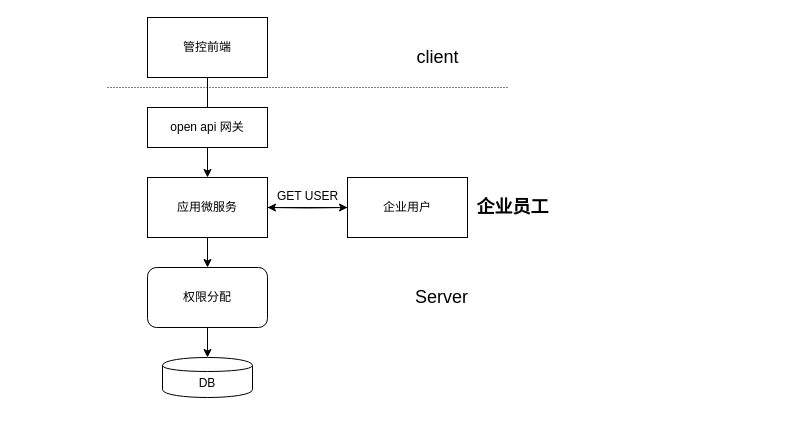
This is appuser.drawio from chenkangzeng/appstreaming, a draw.io file, before an edit. Source tidied: cells renumbered, new cells numbered last; positions are measured from the earlier drawing's top-left corner, leaving out a move shared by most shapes. Both pictures are drawn from the tidied source at 100%, with x=0, y=0 at pixel (107, 17).
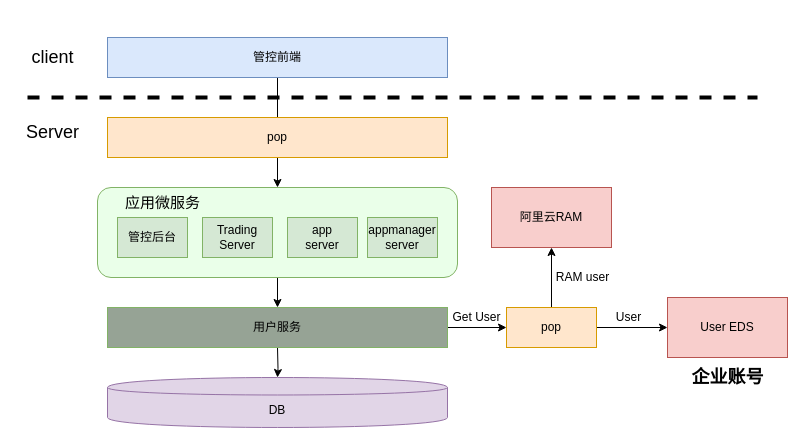
The same diagram, later.

Diff of the diagram source:
```diff
@@
-    <mxCell id="2" style="edgeStyle=orthogonalEdgeStyle;rounded=0;jettySize=auto;html=1;" parent="1" edge="1" source="3" target="7">
+    <mxCell id="2" style="edgeStyle=orthogonalEdgeStyle;rounded=0;jettySize=auto;html=1;entryX=0.5;entryY=0;entryDx=0;entryDy=0;" parent="1" edge="1" source="3" target="16">
       <mxGeometry relative="1" as="geometry" />
     </mxCell>
-    <mxCell id="3" value="管控前端" style="rounded=0;whiteSpace=wrap;html=1;" parent="1" vertex="1">
-      <mxGeometry x="40" width="120" height="60" as="geometry" />
+    <mxCell id="3" value="管控前端" style="rounded=0;whiteSpace=wrap;html=1;fillColor=#dae8fc;strokeColor=#6c8ebf;" parent="1" vertex="1">
+      <mxGeometry y="20" width="340" height="40" as="geometry" />
     </mxCell>
-    <mxCell id="4" value="open api 网关" style="rounded=0;whiteSpace=wrap;html=1;" parent="1" vertex="1">
-      <mxGeometry x="40" y="90" width="120" height="40" as="geometry" />
+    <mxCell id="4" value="pop" style="rounded=0;whiteSpace=wrap;html=1;fillColor=#ffe6cc;strokeColor=#d79b00;" parent="1" vertex="1">
+      <mxGeometry y="100" width="340" height="40" as="geometry" />
     </mxCell>
-    <mxCell id="5" style="edgeStyle=orthogonalEdgeStyle;rounded=0;jettySize=auto;html=1;" parent="1" edge="1" source="7">
-      <mxGeometry relative="1" as="geometry">
-        <mxPoint x="240" y="190" as="targetPoint" />
-      </mxGeometry>
-    </mxCell>
-    <mxCell id="6" style="edgeStyle=orthogonalEdgeStyle;rounded=0;jettySize=auto;html=1;" parent="1" edge="1" source="7" target="16">
-      <mxGeometry relative="1" as="geometry" />
-    </mxCell>
-    <mxCell id="7" value="应用微服务" style="rounded=0;whiteSpace=wrap;html=1;" parent="1" vertex="1">
-      <mxGeometry x="40" y="160" width="120" height="60" as="geometry" />
-    </mxCell>
-    <mxCell id="8" value="企业用户" style="rounded=0;whiteSpace=wrap;html=1;" parent="1" vertex="1">
-      <mxGeometry x="240" y="160" width="120" height="60" as="geometry" />
-    </mxCell>
-    <mxCell id="9" style="edgeStyle=orthogonalEdgeStyle;rounded=0;jettySize=auto;html=1;" parent="1" edge="1" target="7">
-      <mxGeometry relative="1" as="geometry">
-        <mxPoint x="240" y="190" as="sourcePoint" />
-      </mxGeometry>
-    </mxCell>
-    <mxCell id="10" value="GET USER" style="text;html=1;align=center;verticalAlign=middle;strokeColor=none;" parent="1" vertex="1">
-      <mxGeometry x="160" y="169" width="80" height="20" as="geometry" />
-    </mxCell>
-    <mxCell id="11" value="DB" style="shape=cylinder;whiteSpace=wrap;html=1;boundedLbl=1;backgroundOutline=1;rounded=0;" parent="1" vertex="1">
-      <mxGeometry x="55" y="340" width="90" height="40" as="geometry" />
+    <mxCell id="11" value="DB" style="shape=cylinder;whiteSpace=wrap;html=1;boundedLbl=1;backgroundOutline=1;rounded=0;fillColor=#e1d5e7;strokeColor=#9673a6;" parent="1" vertex="1">
+      <mxGeometry y="360" width="340" height="50" as="geometry" />
     </mxCell>
-    <mxCell id="12" style="endArrow=none;html=1;rounded=0;dashed=1;dashPattern=1 2;" parent="1" edge="1">
+    <mxCell id="12" style="endArrow=none;html=1;rounded=0;dashed=1;strokeWidth=4;" parent="1" edge="1">
       <mxGeometry relative="1" as="geometry">
-        <mxPoint y="70" as="sourcePoint" />
-        <mxPoint x="400" y="70" as="targetPoint" />
+        <mxPoint x="-80" y="80" as="sourcePoint" />
+        <mxPoint x="650" y="80" as="targetPoint" />
       </mxGeometry>
     </mxCell>
     <mxCell id="13" value="&lt;font style=&quot;font-size: 18px&quot;&gt;client&lt;/font&gt;" style="text;html=1;align=center;verticalAlign=middle;strokeColor=none;" parent="1" vertex="1">
-      <mxGeometry x="300" y="30" width="60" height="20" as="geometry" />
+      <mxGeometry x="-85" y="30" width="60" height="20" as="geometry" />
     </mxCell>
     <mxCell id="14" value="Server" style="text;html=1;align=center;verticalAlign=middle;strokeColor=none;fontSize=18;" parent="1" vertex="1">
-      <mxGeometry x="299" y="265" width="70" height="30" as="geometry" />
+      <mxGeometry x="-90" y="100" width="70" height="30" as="geometry" />
     </mxCell>
-    <mxCell id="15" style="edgeStyle=orthogonalEdgeStyle;rounded=0;jettySize=auto;html=1;" parent="1" edge="1" source="16" target="11">
-      <mxGeometry relative="1" as="geometry" />
+    <mxCell id="15" style="edgeStyle=orthogonalEdgeStyle;rounded=0;jettySize=auto;html=1;" parent="1" edge="1" target="11">
+      <mxGeometry relative="1" as="geometry">
+        <mxPoint x="170" y="330" as="sourcePoint" />
+      </mxGeometry>
     </mxCell>
+    <mxCell id="18" style="edgeStyle=orthogonalEdgeStyle;rounded=0;jettySize=auto;html=1;" parent="1" edge="1" source="16" target="24">
+      <mxGeometry relative="1" as="geometry" />
+    </mxCell>
-    <mxCell id="16" value="权限分配" style="rounded=1;whiteSpace=wrap;html=1;" parent="1" vertex="1">
-      <mxGeometry x="40" y="250" width="120" height="60" as="geometry" />
+    <mxCell id="16" style="rounded=1;whiteSpace=wrap;html=1;strokeColor=#82b366;fillColor=#EAFFE9;" parent="1" vertex="1">
+      <mxGeometry x="-10" y="170" width="360" height="90" as="geometry" />
     </mxCell>
-    <mxCell id="17" value="&lt;b&gt;&lt;font style=&quot;font-size: 18px&quot;&gt;企业员工&lt;/font&gt;&lt;/b&gt;" style="text;html=1;align=center;verticalAlign=middle;strokeColor=none;" parent="1" vertex="1">
-      <mxGeometry x="360" y="180" width="90" height="20" as="geometry" />
+    <mxCell id="17" value="&lt;b&gt;&lt;font style=&quot;font-size: 18px&quot;&gt;企业账号&lt;/font&gt;&lt;/b&gt;" style="text;html=1;align=center;verticalAlign=middle;strokeColor=none;" parent="1" vertex="1">
+      <mxGeometry x="575" y="350" width="90" height="20" as="geometry" />
     </mxCell>
+    <mxCell id="7" value="&lt;font style=&quot;font-size: 15px&quot;&gt;应用微服务&lt;/font&gt;" style="text;html=1;align=center;verticalAlign=middle;points=[];strokeColor=none;fontSize=18;" parent="1" vertex="1">
+      <mxGeometry x="10" y="170" width="90" height="30" as="geometry" />
+    </mxCell>
+    <mxCell id="19" value="Trading Server" style="rounded=0;whiteSpace=wrap;html=1;fillColor=#d5e8d4;strokeColor=#82b366;" parent="1" vertex="1">
+      <mxGeometry x="95" y="200" width="70" height="40" as="geometry" />
+    </mxCell>
+    <mxCell id="20" value="app&lt;br&gt;server" style="rounded=0;whiteSpace=wrap;html=1;fillColor=#d5e8d4;strokeColor=#82b366;" parent="1" vertex="1">
+      <mxGeometry x="180" y="200" width="70" height="40" as="geometry" />
+    </mxCell>
+    <mxCell id="21" value="appmanager&lt;br&gt;server" style="rounded=0;whiteSpace=wrap;html=1;fillColor=#d5e8d4;strokeColor=#82b366;" parent="1" vertex="1">
+      <mxGeometry x="260" y="200" width="70" height="40" as="geometry" />
+    </mxCell>
+    <mxCell id="22" value="管控后台" style="rounded=0;whiteSpace=wrap;html=1;fillColor=#d5e8d4;strokeColor=#82b366;" parent="1" vertex="1">
+      <mxGeometry x="10" y="200" width="70" height="40" as="geometry" />
+    </mxCell>
+    <mxCell id="23" style="edgeStyle=orthogonalEdgeStyle;rounded=0;jettySize=auto;html=1;exitX=1;exitY=0.5;exitDx=0;exitDy=0;entryX=0;entryY=0.5;entryDx=0;entryDy=0;" parent="1" edge="1" source="24" target="27">
+      <mxGeometry relative="1" as="geometry" />
+    </mxCell>
+    <mxCell id="24" value="用户服务" style="rounded=0;whiteSpace=wrap;html=1;strokeColor=#82b366;fillColor=#96A395;" parent="1" vertex="1">
+      <mxGeometry y="290" width="340" height="40" as="geometry" />
+    </mxCell>
+    <mxCell id="25" style="edgeStyle=orthogonalEdgeStyle;rounded=0;jettySize=auto;html=1;" parent="1" edge="1" source="27" target="28">
+      <mxGeometry relative="1" as="geometry" />
+    </mxCell>
+    <mxCell id="26" style="edgeStyle=orthogonalEdgeStyle;rounded=0;jettySize=auto;html=1;strokeColor=#000000;strokeWidth=1;" parent="1" edge="1" source="27" target="30">
+      <mxGeometry relative="1" as="geometry" />
+    </mxCell>
+    <mxCell id="27" value="pop" style="rounded=0;whiteSpace=wrap;html=1;fillColor=#ffe6cc;strokeColor=#d79b00;" parent="1" vertex="1">
+      <mxGeometry x="399" y="290" width="90" height="40" as="geometry" />
+    </mxCell>
+    <mxCell id="28" value="&lt;span&gt;User EDS&lt;/span&gt;" style="whiteSpace=wrap;html=1;rounded=0;fillColor=#f8cecc;strokeColor=#b85450;" parent="1" vertex="1">
+      <mxGeometry x="560" y="280" width="120" height="60" as="geometry" />
+    </mxCell>
+    <mxCell id="29" value="User" style="text;html=1;align=center;verticalAlign=middle;strokeColor=none;" parent="1" vertex="1">
+      <mxGeometry x="501" y="290" width="40" height="20" as="geometry" />
+    </mxCell>
+    <mxCell id="30" value="&lt;span&gt;阿里云RAM&lt;/span&gt;" style="whiteSpace=wrap;html=1;rounded=0;fillColor=#f8cecc;strokeColor=#b85450;" parent="1" vertex="1">
+      <mxGeometry x="384" y="170" width="120" height="60" as="geometry" />
+    </mxCell>
+    <mxCell id="31" value="RAM user" style="text;html=1;align=center;verticalAlign=middle;strokeColor=none;" parent="1" vertex="1">
+      <mxGeometry x="440" y="250" width="70" height="20" as="geometry" />
+    </mxCell>
+    <mxCell id="32" value="Get User" style="text;html=1;align=center;verticalAlign=middle;strokeColor=none;" parent="1" vertex="1">
+      <mxGeometry x="339" y="290" width="60" height="20" as="geometry" />
+    </mxCell>
```
